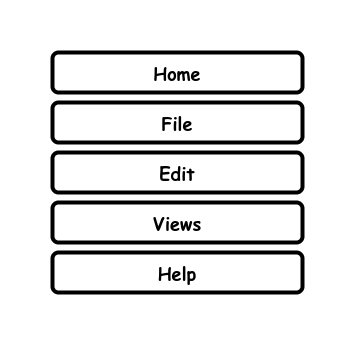
Before: images/menu.drawio.png, a diagram exported from draw.io (garfix/architectural-patterns). Source tidied: cells renumbered, new cells last; positions are measured from the earlier drawing's top-left corner, leaving out a move shared by most shapes.
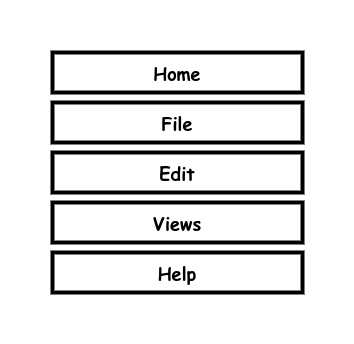
Above is the later version.

The edit, as a diff of the source:
```diff
@@ -2,19 +2,19 @@
   <root>
     <mxCell id="0" />
     <mxCell id="1" parent="0" />
-    <mxCell id="2" value="&lt;b style=&quot;font-size: 18px;&quot;&gt;Home&lt;br&gt;&lt;/b&gt;" style="rounded=1;whiteSpace=wrap;html=1;strokeWidth=4;fontFamily=Comic Sans MS;fontSize=18;" parent="1" vertex="1">
+    <mxCell id="2" value="&lt;b style=&quot;font-size: 18px;&quot;&gt;Home&lt;br&gt;&lt;/b&gt;" style="rounded=0;whiteSpace=wrap;html=1;strokeWidth=4;fontFamily=Comic Sans MS;fontSize=18;" parent="1" vertex="1">
       <mxGeometry width="250" height="40" as="geometry" />
     </mxCell>
-    <mxCell id="3" value="&lt;b style=&quot;font-size: 18px;&quot;&gt;File&lt;br&gt;&lt;/b&gt;" style="rounded=1;whiteSpace=wrap;html=1;strokeWidth=4;fontFamily=Comic Sans MS;fontSize=18;" parent="1" vertex="1">
+    <mxCell id="3" value="&lt;b style=&quot;font-size: 18px;&quot;&gt;File&lt;br&gt;&lt;/b&gt;" style="rounded=0;whiteSpace=wrap;html=1;strokeWidth=4;fontFamily=Comic Sans MS;fontSize=18;" parent="1" vertex="1">
       <mxGeometry y="50" width="250" height="40" as="geometry" />
     </mxCell>
-    <mxCell id="4" value="&lt;b style=&quot;font-size: 18px;&quot;&gt;Edit&lt;br&gt;&lt;/b&gt;" style="rounded=1;whiteSpace=wrap;html=1;strokeWidth=4;fontFamily=Comic Sans MS;fontSize=18;" parent="1" vertex="1">
+    <mxCell id="4" value="&lt;b style=&quot;font-size: 18px;&quot;&gt;Edit&lt;br&gt;&lt;/b&gt;" style="rounded=0;whiteSpace=wrap;html=1;strokeWidth=4;fontFamily=Comic Sans MS;fontSize=18;" parent="1" vertex="1">
       <mxGeometry y="100" width="250" height="40" as="geometry" />
     </mxCell>
-    <mxCell id="5" value="&lt;b style=&quot;font-size: 18px;&quot;&gt;Views&lt;br&gt;&lt;/b&gt;" style="rounded=1;whiteSpace=wrap;html=1;strokeWidth=4;fontFamily=Comic Sans MS;fontSize=18;" parent="1" vertex="1">
+    <mxCell id="5" value="&lt;b style=&quot;font-size: 18px;&quot;&gt;Views&lt;br&gt;&lt;/b&gt;" style="rounded=0;whiteSpace=wrap;html=1;strokeWidth=4;fontFamily=Comic Sans MS;fontSize=18;" parent="1" vertex="1">
       <mxGeometry y="150" width="250" height="40" as="geometry" />
     </mxCell>
-    <mxCell id="6" value="&lt;b style=&quot;font-size: 18px;&quot;&gt;Help&lt;br&gt;&lt;/b&gt;" style="rounded=1;whiteSpace=wrap;html=1;strokeWidth=4;fontFamily=Comic Sans MS;fontSize=18;" parent="1" vertex="1">
+    <mxCell id="6" value="&lt;b style=&quot;font-size: 18px;&quot;&gt;Help&lt;br&gt;&lt;/b&gt;" style="rounded=0;whiteSpace=wrap;html=1;strokeWidth=4;fontFamily=Comic Sans MS;fontSize=18;" parent="1" vertex="1">
       <mxGeometry y="200" width="250" height="40" as="geometry" />
     </mxCell>
   </root>
```
